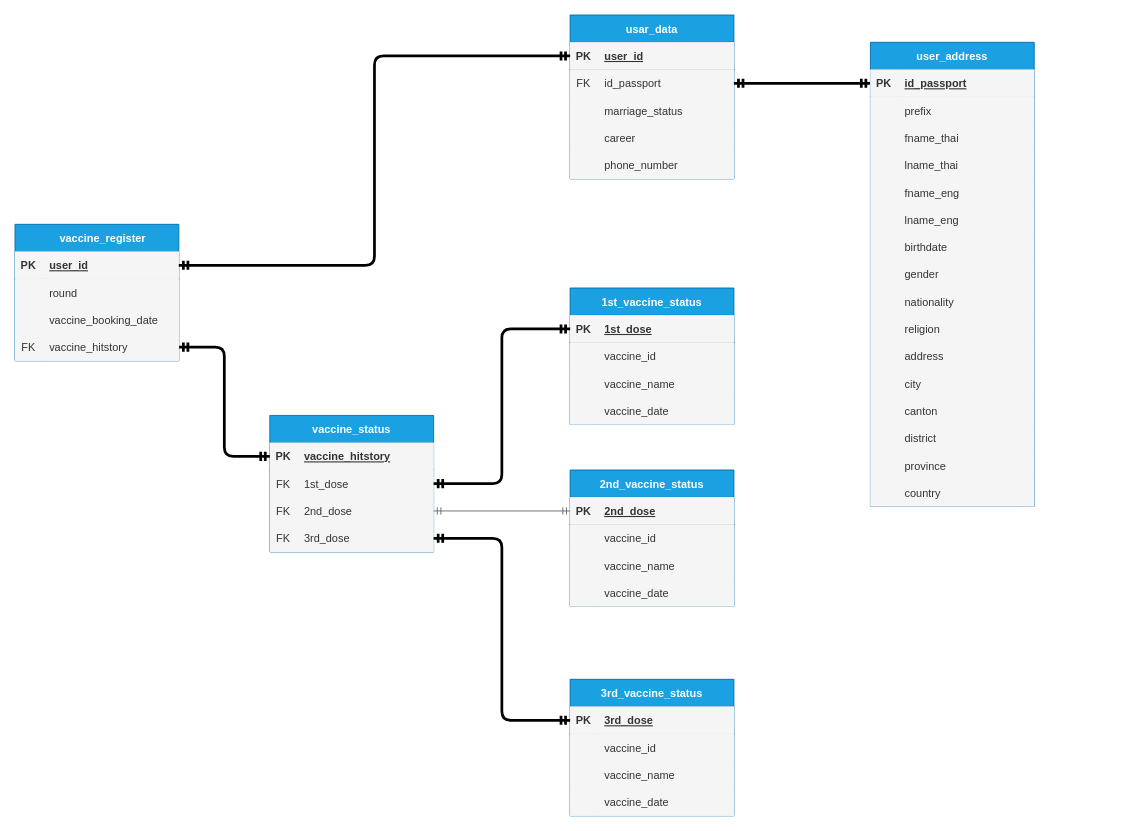
The draw.io diagram test1/Analysis.drawio in GASADER/Knacx-test, before the edit. Source tidied: cells renumbered, new cells numbered last; positions are measured from the earlier drawing's top-left corner, leaving out a move shared by most shapes. Both pictures are drawn from the tidied source at 91%, with x=0, y=0 at pixel (15, 15).
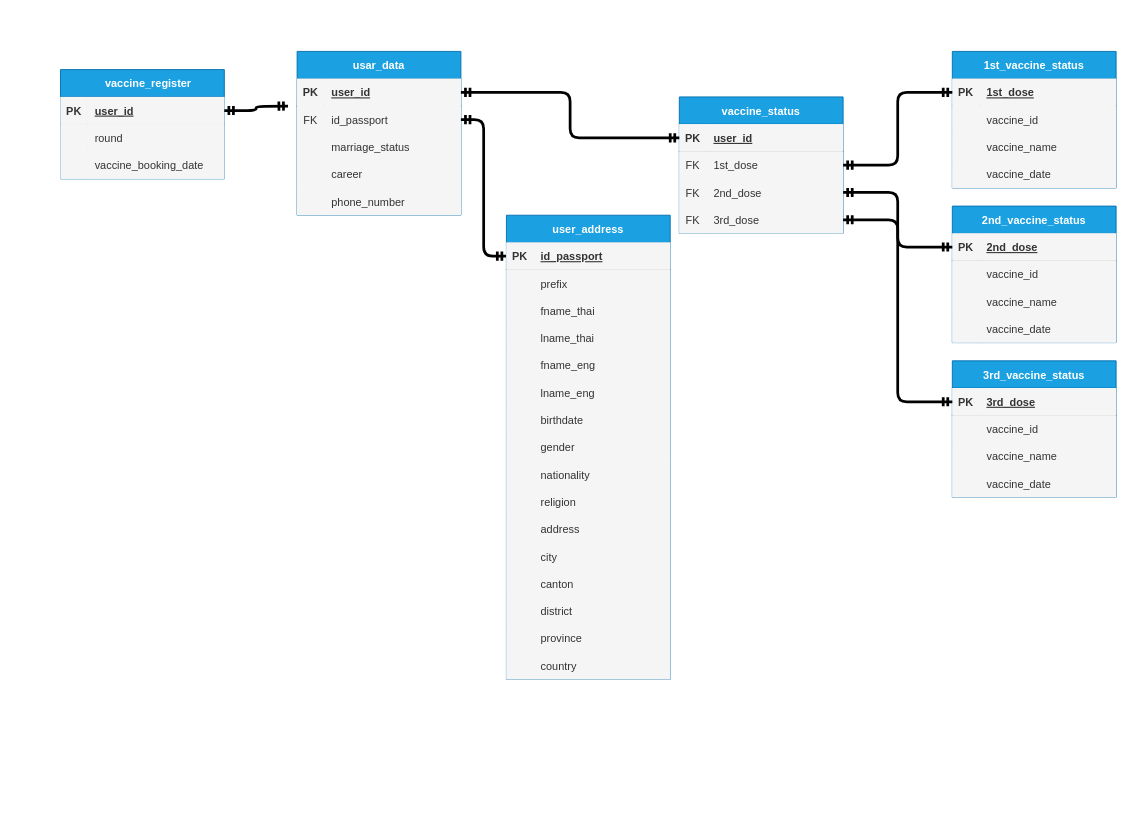
After the change.

The change refers to these unchanged cells:
```xml
<mxCell id="3" style="shape=tableRow;horizontal=0;startSize=0;swimlaneHead=0;swimlaneBody=0;fillColor=#f5f5f5;points=[[0,0.5],[1,0.5]];portConstraint=eastwest;top=0;left=0;right=0;bottom=1;fontColor=#333333;strokeColor=#666666;" parent="2" vertex="1">
  <mxGeometry y="30" width="180" height="30" as="geometry" />
</mxCell>
<mxCell id="69" style="shape=tableRow;horizontal=0;startSize=0;swimlaneHead=0;swimlaneBody=0;fillColor=#f5f5f5;points=[[0,0.5],[1,0.5]];portConstraint=eastwest;top=0;left=0;right=0;bottom=1;rounded=0;fontColor=#333333;strokeColor=#666666;" parent="68" vertex="1">
  <mxGeometry y="30" width="180" height="30" as="geometry" />
</mxCell>
<mxCell id="75" style="shape=tableRow;horizontal=0;startSize=0;swimlaneHead=0;swimlaneBody=0;fillColor=#f5f5f5;points=[[0,0.5],[1,0.5]];portConstraint=eastwest;top=0;left=0;right=0;bottom=0;rounded=0;fontColor=#333333;strokeColor=#666666;" parent="68" vertex="1">
  <mxGeometry y="90" width="180" height="30" as="geometry" />
</mxCell>
<mxCell id="83" style="shape=tableRow;horizontal=0;startSize=0;swimlaneHead=0;swimlaneBody=0;fillColor=#f5f5f5;points=[[0,0.5],[1,0.5]];portConstraint=eastwest;top=0;left=0;right=0;bottom=1;rounded=0;fontColor=#333333;strokeColor=#666666;" parent="82" vertex="1">
  <mxGeometry y="30" width="180" height="30" as="geometry" />
</mxCell>
<mxCell id="111" style="shape=tableRow;horizontal=0;startSize=0;swimlaneHead=0;swimlaneBody=0;fillColor=#f5f5f5;points=[[0,0.5],[1,0.5]];portConstraint=eastwest;top=0;left=0;right=0;bottom=1;rounded=0;fontColor=#333333;strokeColor=#666666;" parent="110" vertex="1">
  <mxGeometry y="30" width="180" height="30" as="geometry" />
</mxCell>
```

Change to the diagram source:
```diff
@@
     <mxCell id="2" value="usar_data" style="shape=table;startSize=30;childLayout=tableLayout;rowLines=0;fontStyle=1;align=center;fillColor=#1ba1e2;fontColor=#ffffff;strokeColor=#006EAF;" parent="1" vertex="1">
-      <mxGeometry x="610" width="180" height="180" as="geometry" />
+      <mxGeometry x="310" y="40" width="180" height="180" as="geometry" />
     </mxCell>
@@
     <mxCell id="19" value="user_address" style="shape=table;startSize=30;childLayout=tableLayout;rowLines=0;fontStyle=1;align=center;rounded=0;fillColor=#1ba1e2;fontColor=#ffffff;strokeColor=#006EAF;" parent="1" vertex="1">
-      <mxGeometry x="940" y="30" width="180" height="510" as="geometry" />
+      <mxGeometry x="540" y="220" width="180" height="510" as="geometry" />
     </mxCell>
@@
     <mxCell id="68" value="vaccine_status" style="shape=table;startSize=30;childLayout=tableLayout;rowLines=0;fontStyle=1;align=center;rounded=0;fillColor=#1ba1e2;fontColor=#ffffff;strokeColor=#006EAF;" parent="1" vertex="1">
-      <mxGeometry x="280" y="440" width="180" height="150" as="geometry" />
+      <mxGeometry x="730" y="90" width="180" height="150" as="geometry" />
     </mxCell>
@@
-    <mxCell id="71" value="vaccine_hitstory" style="shape=partialRectangle;fillColor=#f5f5f5;top=0;left=0;bottom=0;right=0;align=left;spacingLeft=6;fontStyle=5;overflow=hidden;rounded=0;fontColor=#333333;strokeColor=#666666;" parent="69" vertex="1">
+    <mxCell id="71" value="user_id" style="shape=partialRectangle;fillColor=#f5f5f5;top=0;left=0;bottom=0;right=0;align=left;spacingLeft=6;fontStyle=5;overflow=hidden;rounded=0;fontColor=#333333;strokeColor=#666666;" parent="69" vertex="1">
       <mxGeometry x="30" width="150" height="30" as="geometry" />
     </mxCell>
@@
-    <mxCell id="81" style="edgeStyle=orthogonalEdgeStyle;html=1;exitX=1;exitY=0.5;exitDx=0;exitDy=0;entryX=0;entryY=0.5;entryDx=0;entryDy=0;startArrow=ERmandOne;startFill=0;endArrow=ERmandOne;endFill=0;strokeWidth=3;" parent="1" edge="1" source="92" target="69">
+    <mxCell id="81" style="edgeStyle=orthogonalEdgeStyle;html=1;exitX=1;exitY=0.25;exitDx=0;exitDy=0;entryX=0;entryY=0.5;entryDx=0;entryDy=0;startArrow=ERmandOne;startFill=0;endArrow=ERmandOne;endFill=0;strokeWidth=3;" parent="1" edge="1" source="2" target="69">
       <mxGeometry relative="1" as="geometry" />
     </mxCell>
     <mxCell id="82" value="    vaccine_register" style="shape=table;startSize=30;childLayout=tableLayout;rowLines=0;fontStyle=1;align=center;rounded=0;fillColor=#1ba1e2;fontColor=#ffffff;strokeColor=#006EAF;" parent="1" vertex="1">
-      <mxGeometry y="230" width="180" height="150" as="geometry" />
+      <mxGeometry x="50" y="60" width="180" height="120" as="geometry" />
     </mxCell>
@@
-    <mxCell id="92" style="shape=tableRow;horizontal=0;startSize=0;swimlaneHead=0;swimlaneBody=0;fillColor=#f5f5f5;points=[[0,0.5],[1,0.5]];portConstraint=eastwest;top=0;left=0;right=0;bottom=0;rounded=0;fontColor=#333333;strokeColor=#666666;" parent="82" vertex="1">
-      <mxGeometry y="120" width="180" height="30" as="geometry" />
-    </mxCell>
-    <mxCell id="93" value="FK" style="shape=partialRectangle;fillColor=#f5f5f5;top=0;left=0;bottom=0;right=0;overflow=hidden;rounded=0;fontColor=#333333;strokeColor=#666666;" parent="92" vertex="1">
-      <mxGeometry width="30" height="30" as="geometry" />
-    </mxCell>
-    <mxCell id="94" value="vaccine_hitstory" style="shape=partialRectangle;fillColor=#f5f5f5;top=0;left=0;bottom=0;right=0;align=left;spacingLeft=6;overflow=hidden;rounded=0;fontColor=#333333;strokeColor=#666666;" parent="92" vertex="1">
-      <mxGeometry x="30" width="150" height="30" as="geometry" />
-    </mxCell>
-    <mxCell id="95" style="edgeStyle=orthogonalEdgeStyle;html=1;exitX=1;exitY=0.5;exitDx=0;exitDy=0;entryX=0;entryY=0.5;entryDx=0;entryDy=0;startArrow=ERmandOne;startFill=0;endArrow=ERmandOne;endFill=0;strokeWidth=3;" parent="1" edge="1" source="83" target="3">
-      <mxGeometry relative="1" as="geometry" />
+    <mxCell id="95" style="edgeStyle=orthogonalEdgeStyle;html=1;exitX=1;exitY=0.5;exitDx=0;exitDy=0;startArrow=ERmandOne;startFill=0;endArrow=ERmandOne;endFill=0;strokeWidth=3;" parent="1" edge="1" source="83">
+      <mxGeometry relative="1" as="geometry">
+        <mxPoint x="300" y="100" as="targetPoint" />
+      </mxGeometry>
     </mxCell>
     <mxCell id="96" value="1st_vaccine_status" style="shape=table;startSize=30;childLayout=tableLayout;rowLines=0;fontStyle=1;align=center;rounded=0;fillColor=#1ba1e2;fontColor=#ffffff;strokeColor=#006EAF;" parent="1" vertex="1">
-      <mxGeometry x="610" y="300" width="180" height="150" as="geometry" />
+      <mxGeometry x="1030" y="40" width="180" height="150" as="geometry" />
     </mxCell>
@@
     <mxCell id="110" value="2nd_vaccine_status" style="shape=table;startSize=30;childLayout=tableLayout;rowLines=0;fontStyle=1;align=center;rounded=0;fillColor=#1ba1e2;fontColor=#ffffff;strokeColor=#006EAF;" parent="1" vertex="1">
-      <mxGeometry x="610" y="500" width="180" height="150" as="geometry" />
+      <mxGeometry x="1030" y="210" width="180" height="150" as="geometry" />
     </mxCell>
@@
     <mxCell id="123" value="3rd_vaccine_status" style="shape=table;startSize=30;childLayout=tableLayout;rowLines=0;fontStyle=1;align=center;rounded=0;fillColor=#1ba1e2;fontColor=#ffffff;strokeColor=#006EAF;" parent="1" vertex="1">
-      <mxGeometry x="610" y="730" width="180" height="150" as="geometry" />
+      <mxGeometry x="1030" y="380" width="180" height="150" as="geometry" />
     </mxCell>
@@
-    <mxCell id="136" style="html=1;exitX=1;exitY=0.5;exitDx=0;exitDy=0;entryX=0;entryY=0.5;entryDx=0;entryDy=0;startArrow=ERmandOne;startFill=0;endArrow=ERmandOne;endFill=0;edgeStyle=orthogonalEdgeStyle;fillColor=#f5f5f5;strokeColor=#666666;" parent="1" edge="1" source="75" target="111">
+    <mxCell id="136" style="html=1;exitX=1;exitY=0.5;exitDx=0;exitDy=0;entryX=0;entryY=0.5;entryDx=0;entryDy=0;startArrow=ERmandOne;startFill=0;endArrow=ERmandOne;endFill=0;edgeStyle=orthogonalEdgeStyle;strokeWidth=3;" parent="1" edge="1" source="75" target="111">
       <mxGeometry relative="1" as="geometry" />
     </mxCell>
```
